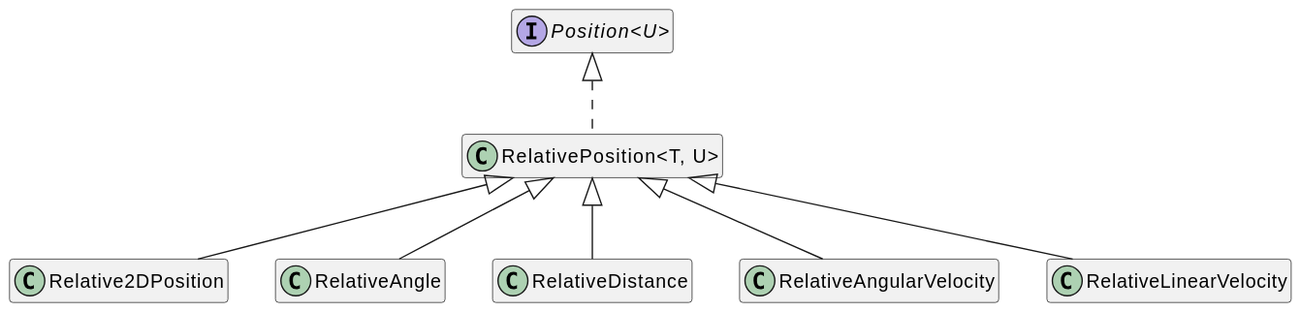
Before: assets/RelativePosition-umlClassDiagram-4272.svg, a diagram exported from PlantUML (OpenHPS/openhps-core).
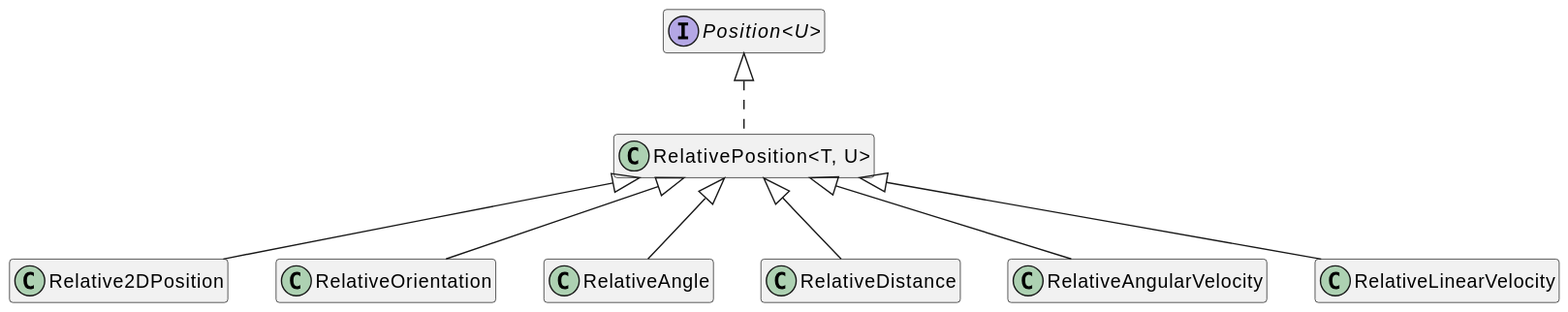
After the commit.

The edit, as a diff of the source:
```diff
@@ -10,6 +10,9 @@
 class "Relative2DPosition" {
 }
 "RelativePosition<T, U>" <|-- "Relative2DPosition"
+class "RelativeOrientation" {
+}
+"RelativePosition<T, U>" <|-- "RelativeOrientation"
 class "RelativeAngle" {
 }
 "RelativePosition<T, U>" <|-- "RelativeAngle"
```
